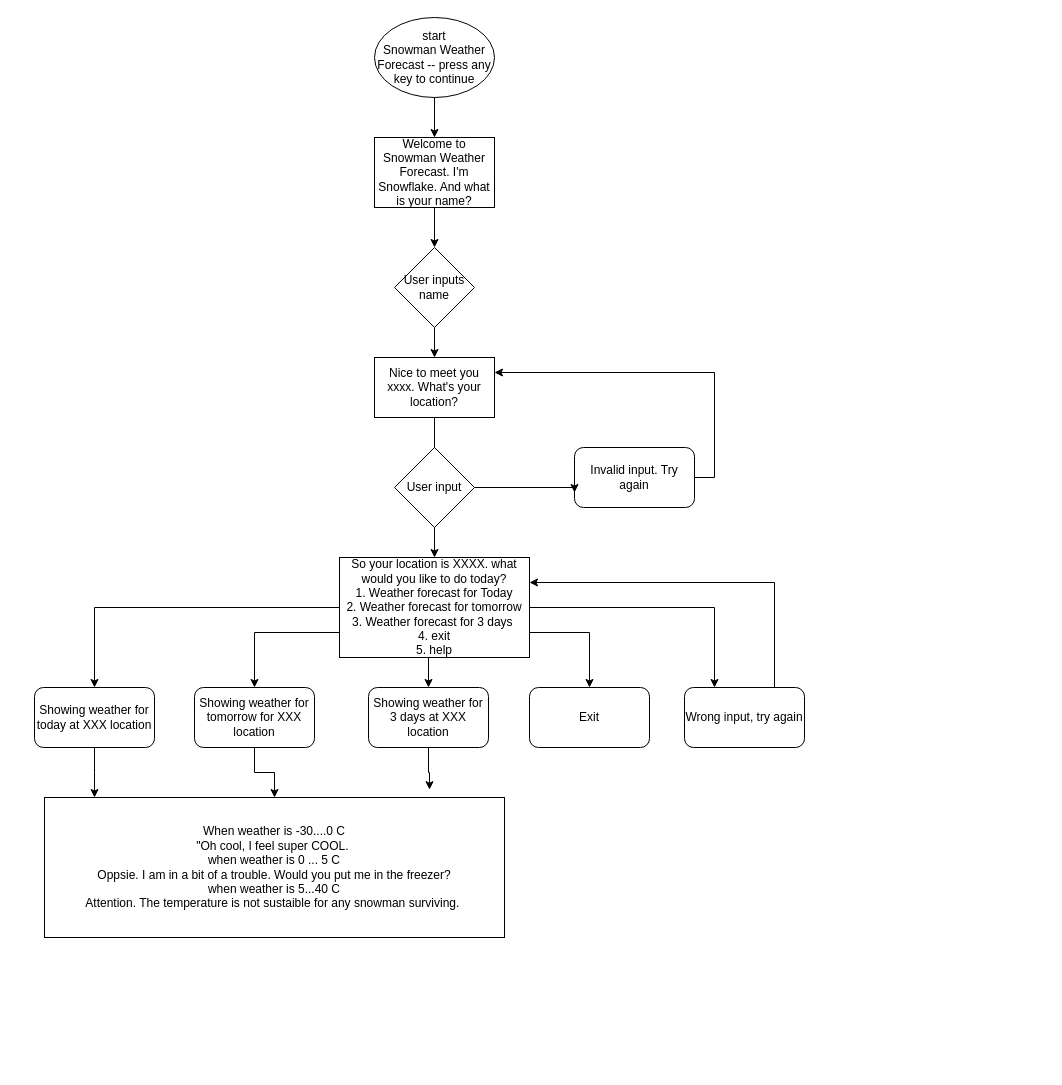
The draw.io diagram Untitled Diagram.drawio in iri6ka/iri6ka, before the edit. Source tidied: cells renumbered, new cells numbered last; positions are measured from the earlier drawing's top-left corner, leaving out a move shared by most shapes. Both pictures are drawn from the tidied source at 100%, with x=0, y=0 at pixel (34, 17).
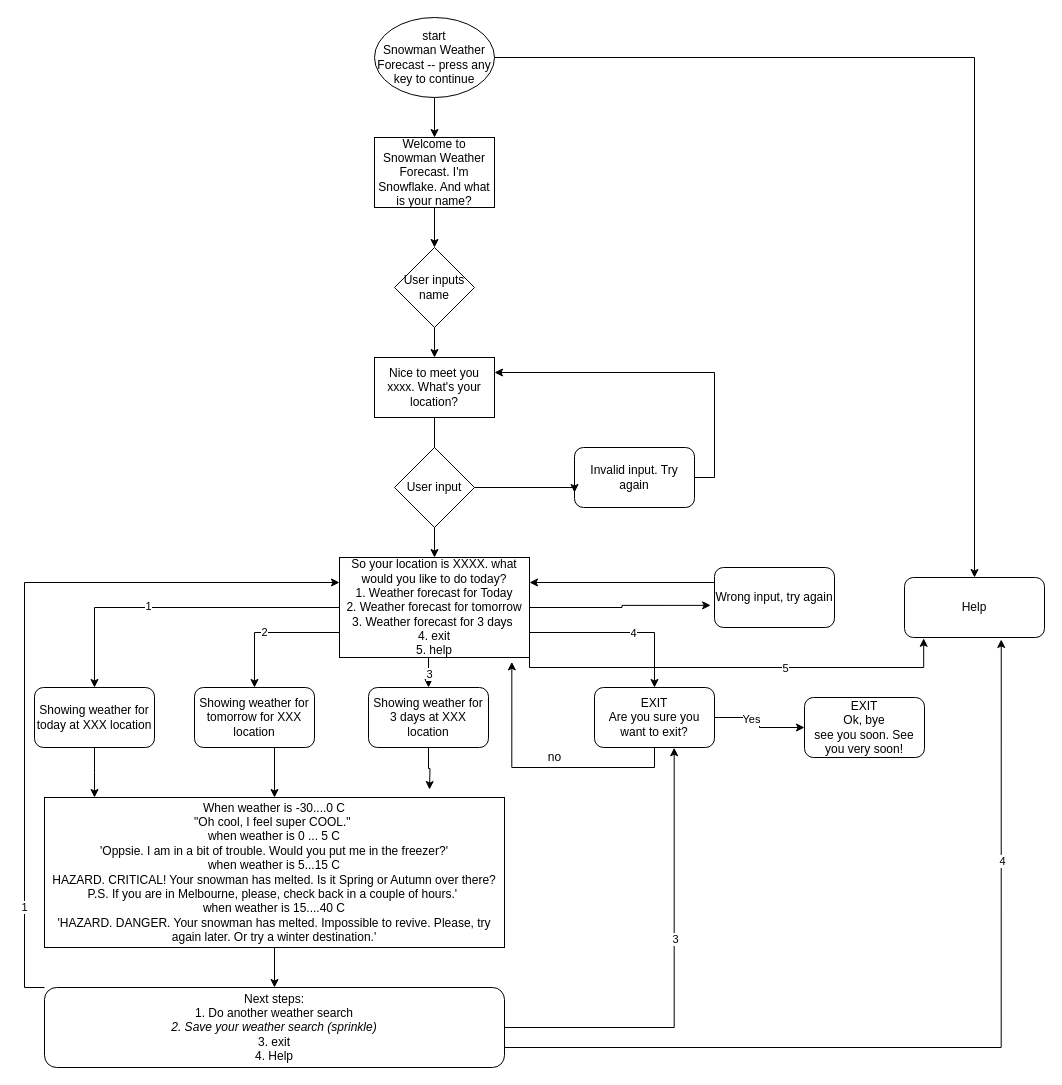
Above is the later version.

Commit message:
finished diagram

The change refers to these unchanged cells:
```xml
<mxCell id="5" value="start&lt;br&gt;Snowman Weather Forecast -- press any key to continue" style="ellipse;whiteSpace=wrap;html=1;" parent="1" vertex="1">
  <mxGeometry x="340" width="120" height="80" as="geometry" />
</mxCell>
<mxCell id="13" value="So your location is XXXX. what would you like to do today?&lt;br&gt;1. Weather forecast for Today&lt;br&gt;2. Weather forecast for tomorrow&lt;br&gt;3. Weather forecast for 3 days&amp;nbsp;&lt;br&gt;4. exit&lt;br&gt;5. help" style="rounded=0;whiteSpace=wrap;html=1;" parent="1" vertex="1">
  <mxGeometry x="305" y="540" width="190" height="100" as="geometry" />
</mxCell>
<mxCell id="21" value="Showing weather for today at XXX location" style="rounded=1;whiteSpace=wrap;html=1;" parent="1" vertex="1">
  <mxGeometry y="670" width="120" height="60" as="geometry" />
</mxCell>
<mxCell id="23" value="Showing weather for tomorrow for XXX location" style="rounded=1;whiteSpace=wrap;html=1;" parent="1" vertex="1">
  <mxGeometry x="160" y="670" width="120" height="60" as="geometry" />
</mxCell>
<mxCell id="25" value="Showing weather for 3 days at XXX location" style="rounded=1;whiteSpace=wrap;html=1;" parent="1" vertex="1">
  <mxGeometry x="334" y="670" width="120" height="60" as="geometry" />
</mxCell>
```

What changed in the source:
```diff
@@
+    <mxCell id="30" style="edgeStyle=orthogonalEdgeStyle;rounded=0;jettySize=auto;html=1;exitX=1;exitY=0.5;exitDx=0;exitDy=0;" parent="1" edge="1" source="5" target="41">
+      <mxGeometry relative="1" as="geometry" />
+    </mxCell>
@@
+    <mxCell id="9" style="edgeStyle=orthogonalEdgeStyle;rounded=0;jettySize=auto;html=1;exitX=0;exitY=0.5;exitDx=0;exitDy=0;" parent="1" edge="1" source="13" target="21">
+      <mxGeometry relative="1" as="geometry" />
+    </mxCell>
+    <mxCell id="31" value="1" style="edgeLabel;html=1;align=center;verticalAlign=middle;" parent="9" vertex="1">
+      <mxGeometry x="0.19" y="-2" relative="1" as="geometry">
+        <mxPoint x="1" as="offset" />
+      </mxGeometry>
+    </mxCell>
+    <mxCell id="10" style="edgeStyle=orthogonalEdgeStyle;rounded=0;jettySize=auto;html=1;exitX=0;exitY=0.75;exitDx=0;exitDy=0;entryX=0.5;entryY=0;entryDx=0;entryDy=0;" parent="1" edge="1" source="13" target="23">
+      <mxGeometry relative="1" as="geometry" />
+    </mxCell>
+    <mxCell id="32" value="2" style="edgeLabel;html=1;align=center;verticalAlign=middle;" parent="10" vertex="1">
+      <mxGeometry x="0.1" y="-1" relative="1" as="geometry">
+        <mxPoint x="1" as="offset" />
+      </mxGeometry>
+    </mxCell>
+    <mxCell id="11" style="edgeStyle=orthogonalEdgeStyle;rounded=0;jettySize=auto;html=1;exitX=0.5;exitY=1;exitDx=0;exitDy=0;entryX=0.5;entryY=0;entryDx=0;entryDy=0;" parent="1" edge="1" source="13" target="25">
+      <mxGeometry relative="1" as="geometry" />
+    </mxCell>
+    <mxCell id="33" value="3" style="edgeLabel;html=1;align=center;verticalAlign=middle;" parent="11" vertex="1">
+      <mxGeometry x="0.23" relative="1" as="geometry" />
+    </mxCell>
+    <mxCell id="12" style="edgeStyle=orthogonalEdgeStyle;rounded=0;jettySize=auto;html=1;exitX=1;exitY=0.75;exitDx=0;exitDy=0;entryX=0.5;entryY=0;entryDx=0;entryDy=0;" parent="1" edge="1" source="13" target="26">
+      <mxGeometry relative="1" as="geometry" />
+    </mxCell>
+    <mxCell id="34" value="4" style="edgeLabel;html=1;align=center;verticalAlign=middle;" parent="12" vertex="1">
+      <mxGeometry x="0.14" relative="1" as="geometry" />
+    </mxCell>
-    <mxCell id="8" style="edgeStyle=orthogonalEdgeStyle;rounded=0;jettySize=auto;html=1;exitX=1;exitY=0.5;exitDx=0;exitDy=0;entryX=0.25;entryY=0;entryDx=0;entryDy=0;" parent="1" edge="1" source="13" target="28">
+    <mxCell id="8" style="edgeStyle=orthogonalEdgeStyle;rounded=0;jettySize=auto;html=1;exitX=1;exitY=0.5;exitDx=0;exitDy=0;entryX=-0.032;entryY=0.631;entryDx=0;entryDy=0;entryPerimeter=0;" parent="1" edge="1" source="13" target="28">
       <mxGeometry relative="1" as="geometry" />
     </mxCell>
-    <mxCell id="9" style="edgeStyle=orthogonalEdgeStyle;rounded=0;jettySize=auto;html=1;exitX=0;exitY=0.5;exitDx=0;exitDy=0;" parent="1" edge="1" source="13" target="21">
-      <mxGeometry relative="1" as="geometry" />
-    </mxCell>
-    <mxCell id="10" style="edgeStyle=orthogonalEdgeStyle;rounded=0;jettySize=auto;html=1;exitX=0;exitY=0.75;exitDx=0;exitDy=0;entryX=0.5;entryY=0;entryDx=0;entryDy=0;" parent="1" edge="1" source="13" target="23">
-      <mxGeometry relative="1" as="geometry" />
-    </mxCell>
-    <mxCell id="11" style="edgeStyle=orthogonalEdgeStyle;rounded=0;jettySize=auto;html=1;exitX=0.5;exitY=1;exitDx=0;exitDy=0;entryX=0.5;entryY=0;entryDx=0;entryDy=0;" parent="1" edge="1" source="13" target="25">
-      <mxGeometry relative="1" as="geometry" />
-    </mxCell>
-    <mxCell id="12" style="edgeStyle=orthogonalEdgeStyle;rounded=0;jettySize=auto;html=1;exitX=1;exitY=0.75;exitDx=0;exitDy=0;entryX=0.5;entryY=0;entryDx=0;entryDy=0;" parent="1" edge="1" source="13" target="26">
-      <mxGeometry relative="1" as="geometry" />
-    </mxCell>
+    <mxCell id="35" style="edgeStyle=orthogonalEdgeStyle;rounded=0;jettySize=auto;html=1;exitX=1;exitY=1;exitDx=0;exitDy=0;entryX=0.137;entryY=1.014;entryDx=0;entryDy=0;entryPerimeter=0;" parent="1" edge="1" source="13" target="41">
+      <mxGeometry relative="1" as="geometry">
+        <Array as="points">
+          <mxPoint x="495" y="650" />
+          <mxPoint x="889" y="650" />
+        </Array>
+      </mxGeometry>
+    </mxCell>
+    <mxCell id="36" value="5" style="edgeLabel;html=1;align=center;verticalAlign=middle;" parent="35" vertex="1">
+      <mxGeometry x="0.22" relative="1" as="geometry">
+        <mxPoint x="1" as="offset" />
+      </mxGeometry>
+    </mxCell>
@@
     <mxCell id="22" style="edgeStyle=orthogonalEdgeStyle;rounded=0;jettySize=auto;html=1;exitX=0.5;exitY=1;exitDx=0;exitDy=0;" parent="1" edge="1" source="23" target="29">
-      <mxGeometry relative="1" as="geometry" />
+      <mxGeometry relative="1" as="geometry">
+        <Array as="points">
+          <mxPoint x="240" y="730" />
+        </Array>
+      </mxGeometry>
     </mxCell>
@@
-    <mxCell id="24" style="edgeStyle=orthogonalEdgeStyle;rounded=0;jettySize=auto;html=1;exitX=0.5;exitY=1;exitDx=0;exitDy=0;entryX=0.837;entryY=-0.056;entryDx=0;entryDy=0;entryPerimeter=0;" parent="1" edge="1" source="25" target="29">
-      <mxGeometry relative="1" as="geometry" />
+    <mxCell id="24" style="edgeStyle=orthogonalEdgeStyle;rounded=0;jettySize=auto;html=1;exitX=0.5;exitY=1;exitDx=0;exitDy=0;" parent="1" edge="1" source="25">
+      <mxGeometry relative="1" as="geometry">
+        <mxPoint x="395" y="772" as="targetPoint" />
+      </mxGeometry>
     </mxCell>
@@
+    <mxCell id="37" style="edgeStyle=orthogonalEdgeStyle;rounded=0;jettySize=auto;html=1;exitX=1;exitY=0.5;exitDx=0;exitDy=0;entryX=0;entryY=0.5;entryDx=0;entryDy=0;" parent="1" edge="1" source="26" target="42">
+      <mxGeometry relative="1" as="geometry" />
+    </mxCell>
+    <mxCell id="38" value="Yes" style="edgeLabel;html=1;align=center;verticalAlign=middle;" parent="37" vertex="1">
+      <mxGeometry x="-0.28" y="-1" relative="1" as="geometry" />
+    </mxCell>
+    <mxCell id="39" style="edgeStyle=orthogonalEdgeStyle;rounded=0;jettySize=auto;html=1;exitX=0.5;exitY=1;exitDx=0;exitDy=0;entryX=0.907;entryY=1.044;entryDx=0;entryDy=0;entryPerimeter=0;" parent="1" edge="1" source="26" target="13">
+      <mxGeometry relative="1" as="geometry" />
+    </mxCell>
-    <mxCell id="26" value="Exit" style="rounded=1;whiteSpace=wrap;html=1;" parent="1" vertex="1">
-      <mxGeometry x="495" y="670" width="120" height="60" as="geometry" />
+    <mxCell id="26" value="EXIT&lt;br&gt;Are you sure you want to exit?" style="rounded=1;whiteSpace=wrap;html=1;" parent="1" vertex="1">
+      <mxGeometry x="560" y="670" width="120" height="60" as="geometry" />
     </mxCell>
     <mxCell id="27" style="edgeStyle=orthogonalEdgeStyle;rounded=0;jettySize=auto;html=1;exitX=0.75;exitY=0;exitDx=0;exitDy=0;entryX=1;entryY=0.25;entryDx=0;entryDy=0;" parent="1" edge="1" source="28" target="13">
-      <mxGeometry relative="1" as="geometry" />
+      <mxGeometry relative="1" as="geometry">
+        <Array as="points">
+          <mxPoint x="770" y="565" />
+        </Array>
+      </mxGeometry>
     </mxCell>
     <mxCell id="28" value="Wrong input, try again" style="rounded=1;whiteSpace=wrap;html=1;" parent="1" vertex="1">
-      <mxGeometry x="650" y="670" width="120" height="60" as="geometry" />
+      <mxGeometry x="680" y="550" width="120" height="60" as="geometry" />
     </mxCell>
+    <mxCell id="40" style="edgeStyle=orthogonalEdgeStyle;rounded=0;jettySize=auto;html=1;exitX=0.5;exitY=1;exitDx=0;exitDy=0;entryX=0.5;entryY=0;entryDx=0;entryDy=0;" parent="1" edge="1" source="29" target="50">
+      <mxGeometry relative="1" as="geometry" />
+    </mxCell>
-    <mxCell id="29" value="When weather is -30....0 C&lt;br&gt;&quot;Oh cool, I feel super COOL.&amp;nbsp;&lt;br&gt;when weather is 0 ... 5 C&lt;br&gt;Oppsie. I am in a bit of a trouble. Would you put me in the freezer?&lt;br&gt;when weather is 5...40 C&lt;br&gt;Attention. The temperature is not sustaible for any snowman surviving.&amp;nbsp;" style="rounded=0;whiteSpace=wrap;html=1;" parent="1" vertex="1">
-      <mxGeometry x="10" y="780" width="460" height="140" as="geometry" />
+    <mxCell id="29" value="When weather is -30....0 C&lt;br&gt;&quot;Oh cool, I feel super COOL.&quot;&amp;nbsp;&lt;br&gt;when weather is 0 ... 5 C&lt;br&gt;'Oppsie. I am in a bit of trouble. Would you put me in the freezer?'&lt;br&gt;when weather is 5...15 C&lt;br&gt;HAZARD. CRITICAL! Your snowman has melted. Is it Spring or Autumn over there? P.S. If you are in Melbourne, please, check back in a couple of hours.'&amp;nbsp;&lt;br&gt;when weather is 15....40 C&lt;br&gt;'HAZARD. DANGER. Your snowman has melted. Impossible to revive. Please, try again later. Or try a winter destination.'" style="rounded=0;whiteSpace=wrap;html=1;" parent="1" vertex="1">
+      <mxGeometry x="10" y="780" width="460" height="150" as="geometry" />
     </mxCell>
+    <mxCell id="41" value="Help" style="rounded=1;whiteSpace=wrap;html=1;" parent="1" vertex="1">
+      <mxGeometry x="870" y="560" width="140" height="60" as="geometry" />
+    </mxCell>
+    <mxCell id="42" value="EXIT &lt;br&gt;Ok, bye&lt;br&gt;see you soon. See you very soon!" style="rounded=1;whiteSpace=wrap;html=1;" parent="1" vertex="1">
+      <mxGeometry x="770" y="680" width="120" height="60" as="geometry" />
+    </mxCell>
+    <mxCell id="43" value="no" style="text;html=1;align=center;verticalAlign=middle;" parent="1" vertex="1">
+      <mxGeometry x="505" y="730" width="30" height="20" as="geometry" />
+    </mxCell>
+    <mxCell id="44" style="edgeStyle=orthogonalEdgeStyle;rounded=0;jettySize=auto;html=1;exitX=0;exitY=0;exitDx=0;exitDy=0;entryX=0;entryY=0.25;entryDx=0;entryDy=0;" parent="1" edge="1" source="50" target="13">
+      <mxGeometry relative="1" as="geometry">
+        <Array as="points">
+          <mxPoint x="-10" y="970" />
+          <mxPoint x="-10" y="565" />
+        </Array>
+      </mxGeometry>
+    </mxCell>
+    <mxCell id="45" value="1" style="edgeLabel;html=1;align=center;verticalAlign=middle;" parent="44" vertex="1">
+      <mxGeometry x="-0.73" y="1" relative="1" as="geometry" />
+    </mxCell>
+    <mxCell id="46" style="edgeStyle=orthogonalEdgeStyle;rounded=0;jettySize=auto;html=1;exitX=1;exitY=0.5;exitDx=0;exitDy=0;entryX=0.664;entryY=1.004;entryDx=0;entryDy=0;entryPerimeter=0;" parent="1" edge="1" source="50" target="26">
+      <mxGeometry relative="1" as="geometry" />
+    </mxCell>
+    <mxCell id="47" value="3" style="edgeLabel;html=1;align=center;verticalAlign=middle;" parent="46" vertex="1">
+      <mxGeometry x="0.15" y="-1" relative="1" as="geometry" />
+    </mxCell>
+    <mxCell id="48" style="edgeStyle=orthogonalEdgeStyle;rounded=0;jettySize=auto;html=1;exitX=1;exitY=0.5;exitDx=0;exitDy=0;entryX=0.691;entryY=1.033;entryDx=0;entryDy=0;entryPerimeter=0;" parent="1" edge="1" source="50" target="41">
+      <mxGeometry relative="1" as="geometry">
+        <Array as="points">
+          <mxPoint x="470" y="1030" />
+          <mxPoint x="967" y="1030" />
+        </Array>
+      </mxGeometry>
+    </mxCell>
+    <mxCell id="49" value="4" style="edgeLabel;html=1;align=center;verticalAlign=middle;" parent="48" vertex="1">
+      <mxGeometry x="0.52" y="-1" relative="1" as="geometry" />
+    </mxCell>
+    <mxCell id="50" value="Next steps:&lt;br&gt;1. Do another weather search&lt;br&gt;&lt;i&gt;2. Save your weather search (sprinkle)&lt;br&gt;&lt;/i&gt;3. exit&lt;br&gt;4. Help" style="rounded=1;whiteSpace=wrap;html=1;" parent="1" vertex="1">
+      <mxGeometry x="10" y="970" width="460" height="80" as="geometry" />
+    </mxCell>
```
